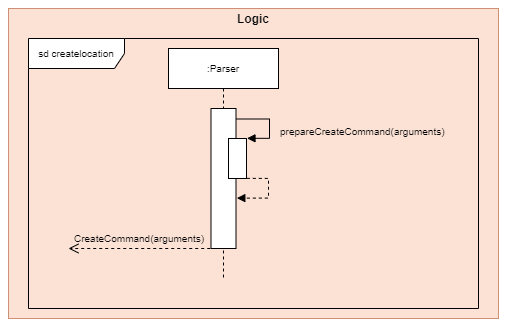
The draw.io diagram docs/images/diagrams/Sequence_Parser_Create.png in nus-cs2113-AY2021S1/tp, before a commit. Source tidied: cells renumbered, new cells last; positions are measured from the earlier drawing's top-left corner, leaving out a move shared by most shapes.
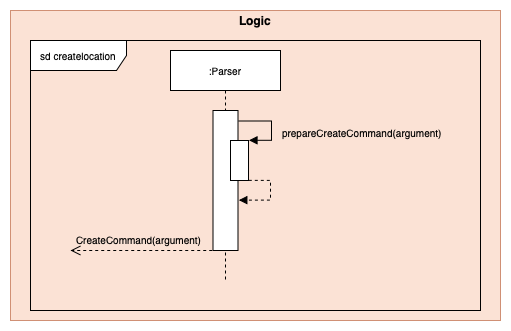
The same diagram one commit later.

Commit message:
Add Parser Sequence image in DG

Diff of the diagram source:
```diff
@@ -50,10 +50,10 @@
         </Array>
       </mxGeometry>
     </mxCell>
-    <mxCell id="13" value="&lt;span style=&quot;color: rgb(0, 0, 0); font-family: helvetica; font-size: 10px; font-style: normal; font-weight: 400; letter-spacing: normal; text-align: left; text-indent: 0px; text-transform: none; word-spacing: 0px; display: inline; float: none;&quot;&gt;prepareCreateCommand(arguments)&lt;/span&gt;" style="text;whiteSpace=wrap;html=1;labelBackgroundColor=none;" parent="2" vertex="1">
+    <mxCell id="13" value="&lt;span style=&quot;color: rgb(0 , 0 , 0) ; font-family: &amp;#34;helvetica&amp;#34; ; font-size: 10px ; font-style: normal ; font-weight: 400 ; letter-spacing: normal ; text-align: left ; text-indent: 0px ; text-transform: none ; word-spacing: 0px ; display: inline ; float: none&quot;&gt;prepareCreateCommand(argument)&lt;/span&gt;" style="text;whiteSpace=wrap;html=1;labelBackgroundColor=none;" parent="2" vertex="1">
       <mxGeometry x="250" y="79" width="190" height="30" as="geometry" />
     </mxCell>
-    <mxCell id="14" value="&lt;span style=&quot;color: rgb(0, 0, 0); font-family: helvetica; font-size: 10px; font-style: normal; font-weight: 400; letter-spacing: normal; text-align: center; text-indent: 0px; text-transform: none; word-spacing: 0px; display: inline; float: none;&quot;&gt;CreateCommand(arguments)&lt;/span&gt;" style="text;whiteSpace=wrap;html=1;labelBackgroundColor=none;" parent="2" vertex="1">
+    <mxCell id="14" value="&lt;span style=&quot;color: rgb(0 , 0 , 0) ; font-family: &amp;#34;helvetica&amp;#34; ; font-size: 10px ; font-style: normal ; font-weight: 400 ; letter-spacing: normal ; text-align: center ; text-indent: 0px ; text-transform: none ; word-spacing: 0px ; display: inline ; float: none&quot;&gt;CreateCommand(argument)&lt;/span&gt;" style="text;whiteSpace=wrap;html=1;labelBackgroundColor=none;" parent="2" vertex="1">
       <mxGeometry x="44" y="186" width="130" height="30" as="geometry" />
     </mxCell>
   </root>
```
